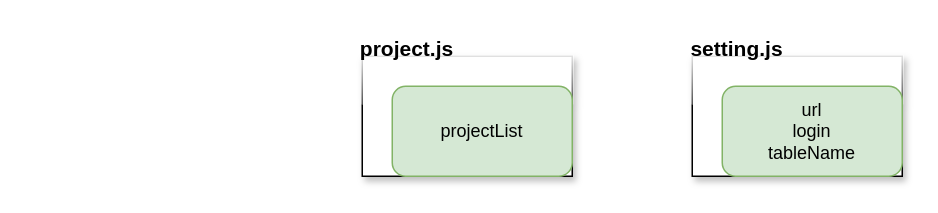
Before: Notes/Diagram-settings(draw.io).drawio in stephane-delire/SmartChrono-BC, a draw.io diagram. Source tidied: cells renumbered, new cells numbered last; positions are measured from the earlier drawing's top-left corner, leaving out a move shared by most shapes. Both pictures are drawn from the tidied source at 150%, with x=0, y=0 at pixel (362, 26).
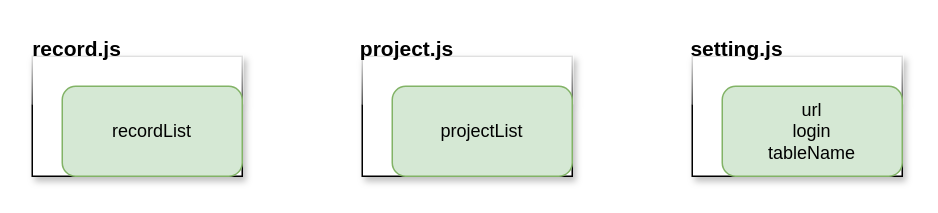
After the change.

Change to the diagram source:
```diff
@@
 <mxGraphModel>
   <root>
     <mxCell id="0" />
     <mxCell id="1" parent="0" />
     <mxCell id="2" style="rounded=0;whiteSpace=wrap;html=1;glass=1;shadow=1;" parent="1" vertex="1">
       <mxGeometry x="220" y="20" width="140" height="80" as="geometry" />
     </mxCell>
     <mxCell id="3" value="url&lt;br&gt;login&lt;br&gt;tableName" style="rounded=1;whiteSpace=wrap;html=1;fillColor=#d5e8d4;strokeColor=#82b366;" parent="1" vertex="1">
       <mxGeometry x="240" y="40" width="120" height="60" as="geometry" />
     </mxCell>
     <mxCell id="4" value="&lt;b&gt;&lt;font style=&quot;font-size: 14px;&quot;&gt;setting.js&lt;/font&gt;&lt;/b&gt;" style="text;strokeColor=none;align=center;fillColor=none;html=1;verticalAlign=middle;whiteSpace=wrap;rounded=0;" parent="1" vertex="1">
       <mxGeometry x="220" width="60" height="30" as="geometry" />
     </mxCell>
     <mxCell id="5" style="rounded=0;whiteSpace=wrap;html=1;glass=1;shadow=1;" parent="1" vertex="1">
       <mxGeometry y="20" width="140" height="80" as="geometry" />
     </mxCell>
     <mxCell id="6" value="projectList" style="rounded=1;whiteSpace=wrap;html=1;fillColor=#d5e8d4;strokeColor=#82b366;" parent="1" vertex="1">
       <mxGeometry x="20" y="40" width="120" height="60" as="geometry" />
     </mxCell>
     <mxCell id="7" value="&lt;b&gt;&lt;font style=&quot;font-size: 14px;&quot;&gt;project.js&lt;/font&gt;&lt;/b&gt;" style="text;strokeColor=none;align=center;fillColor=none;html=1;verticalAlign=middle;whiteSpace=wrap;rounded=0;" parent="1" vertex="1">
       <mxGeometry width="60" height="30" as="geometry" />
     </mxCell>
+    <mxCell id="8" style="rounded=0;whiteSpace=wrap;html=1;glass=1;shadow=1;" parent="1" vertex="1">
+      <mxGeometry x="-220" y="20" width="140" height="80" as="geometry" />
+    </mxCell>
+    <mxCell id="9" value="recordList" style="rounded=1;whiteSpace=wrap;html=1;fillColor=#d5e8d4;strokeColor=#82b366;" parent="1" vertex="1">
+      <mxGeometry x="-200" y="40" width="120" height="60" as="geometry" />
+    </mxCell>
+    <mxCell id="10" value="&lt;b&gt;&lt;font style=&quot;font-size: 14px;&quot;&gt;record.js&lt;/font&gt;&lt;/b&gt;" style="text;strokeColor=none;align=center;fillColor=none;html=1;verticalAlign=middle;whiteSpace=wrap;rounded=0;" parent="1" vertex="1">
+      <mxGeometry x="-220" width="60" height="30" as="geometry" />
+    </mxCell>
   </root>
 </mxGraphModel>
```
